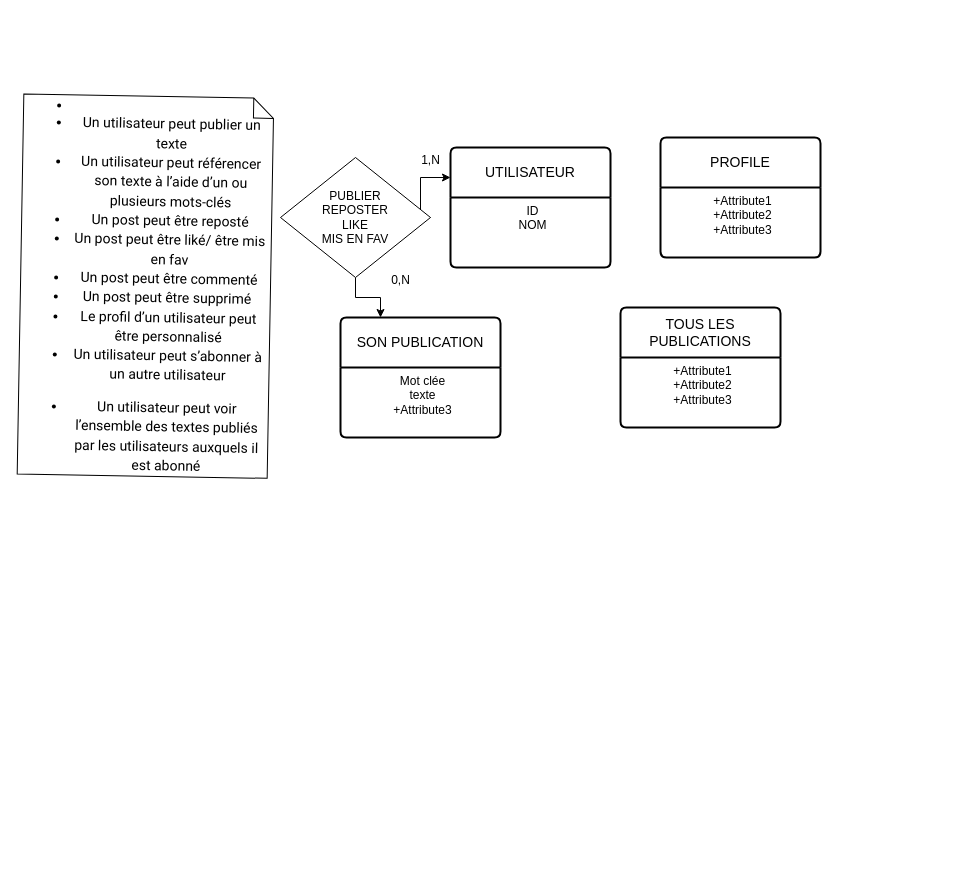
The draw.io diagram Diagramme sans nom4.drawio in vsilvanska/examen-info-2023, before the edit. Source tidied: cells renumbered, new cells numbered last; positions are measured from the earlier drawing's top-left corner, leaving out a move shared by most shapes. Both pictures are drawn from the tidied source at 100%, with x=0, y=0 at pixel (20, 96).
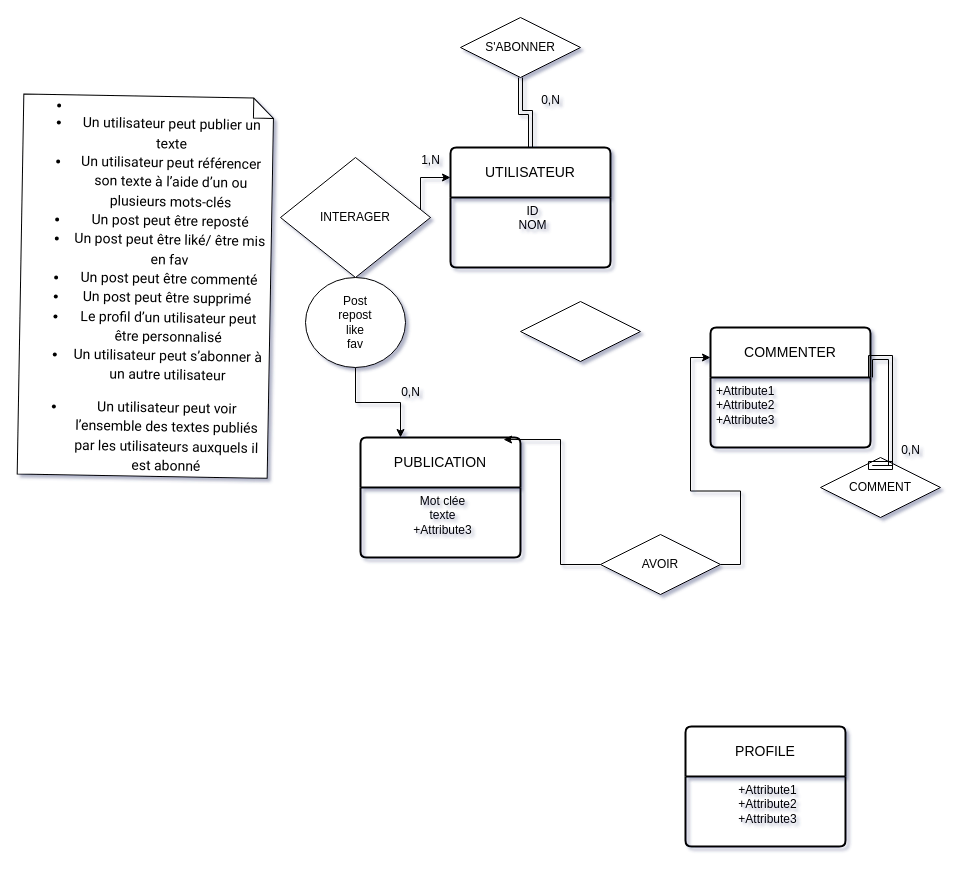
The same page after the edit.

Commit message:
Mettre à jour Diagramme sans nom4.drawio

The change refers to these unchanged cells:
```xml
<mxCell id="3" value="UTILISATEUR" style="swimlane;horizontal=1;startSize=50;rounded=1;fontSize=14;fontStyle=0;strokeWidth=2;shadow=0;dashed=0;align=center;arcSize=4;whiteSpace=wrap;html=1;" parent="1" vertex="1">
  <mxGeometry x="430" y="51" width="160" height="120" as="geometry" />
</mxCell>
```

What changed in the source:
```diff
@@
-<mxGraphModel>
+<mxGraphModel shadow="1">
@@
-    <mxCell id="5" value="SON PUBLICATION" style="swimlane;horizontal=1;startSize=50;rounded=1;fontSize=14;fontStyle=0;strokeWidth=2;shadow=0;dashed=0;align=center;arcSize=4;whiteSpace=wrap;html=1;" parent="1" vertex="1">
-      <mxGeometry x="320" y="221" width="160" height="120" as="geometry" />
+    <mxCell id="5" value="PUBLICATION" style="swimlane;horizontal=1;startSize=50;rounded=1;fontSize=14;fontStyle=0;strokeWidth=2;shadow=0;dashed=0;align=center;arcSize=4;whiteSpace=wrap;html=1;" parent="1" vertex="1">
+      <mxGeometry x="340" y="341" width="160" height="120" as="geometry" />
     </mxCell>
@@
-    <mxCell id="7" value="TOUS LES PUBLICATIONS" style="swimlane;horizontal=1;startSize=50;rounded=1;fontSize=14;fontStyle=0;strokeWidth=2;shadow=0;dashed=0;align=center;arcSize=4;whiteSpace=wrap;html=1;" parent="1" vertex="1">
-      <mxGeometry x="600" y="211" width="160" height="120" as="geometry" />
-    </mxCell>
-    <mxCell id="8" value="+Attribute1&#10;+Attribute2&#10;+Attribute3" style="align=center;strokeColor=none;fillColor=none;spacingLeft=4;fontSize=12;verticalAlign=top;html=1;" parent="7" vertex="1">
-      <mxGeometry y="50" width="160" height="70" as="geometry" />
-    </mxCell>
     <mxCell id="9" value="PROFILE" style="swimlane;horizontal=1;startSize=50;rounded=1;fontSize=14;fontStyle=0;strokeWidth=2;shadow=0;dashed=0;align=center;arcSize=4;whiteSpace=wrap;html=1;" parent="1" vertex="1">
-      <mxGeometry x="640" y="41" width="160" height="120" as="geometry" />
+      <mxGeometry x="665" y="630" width="160" height="120" as="geometry" />
     </mxCell>
@@
-    <mxCell id="12" style="edgeStyle=orthogonalEdgeStyle;rounded=0;jettySize=auto;html=1;exitX=0.5;exitY=1;exitDx=0;exitDy=0;entryX=0.25;entryY=0;entryDx=0;entryDy=0;" parent="1" edge="1" source="13" target="5">
+    <mxCell id="12" style="edgeStyle=orthogonalEdgeStyle;rounded=0;jettySize=auto;html=1;entryX=0.25;entryY=0;entryDx=0;entryDy=0;exitX=0.5;exitY=1;exitDx=0;exitDy=0;" parent="1" edge="1" source="16" target="5">
       <mxGeometry relative="1" as="geometry" />
     </mxCell>
-    <mxCell id="13" value="PUBLIER&lt;br&gt;REPOSTER&lt;br&gt;LIKE&lt;br&gt;MIS EN FAV" style="shape=rhombus;perimeter=rhombusPerimeter;whiteSpace=wrap;html=1;align=center;" parent="1" vertex="1">
+    <mxCell id="13" value="INTERAGER" style="shape=rhombus;perimeter=rhombusPerimeter;whiteSpace=wrap;html=1;align=center;" parent="1" vertex="1">
       <mxGeometry x="260" y="61" width="150" height="120" as="geometry" />
     </mxCell>
@@
     <mxCell id="15" value="0,N" style="text;html=1;align=center;verticalAlign=middle;strokeColor=none;fillColor=none;" parent="1" vertex="1">
-      <mxGeometry x="360" y="169" width="40" height="30" as="geometry" />
+      <mxGeometry x="370" y="281" width="40" height="30" as="geometry" />
     </mxCell>
+    <mxCell id="16" value="Post&lt;br&gt;repost&lt;br&gt;like&lt;br&gt;fav" style="ellipse;whiteSpace=wrap;html=1;align=center;" parent="1" vertex="1">
+      <mxGeometry x="285" y="181" width="100" height="90" as="geometry" />
+    </mxCell>
+    <mxCell id="17" value="COMMENTER" style="swimlane;horizontal=1;startSize=50;rounded=1;fontSize=14;fontStyle=0;strokeWidth=2;shadow=0;dashed=0;align=center;arcSize=4;whiteSpace=wrap;html=1;" parent="1" vertex="1">
+      <mxGeometry x="690" y="231" width="160" height="120" as="geometry" />
+    </mxCell>
+    <mxCell id="8" value="+Attribute1&#10;+Attribute2&#10;+Attribute3" style="align=left;strokeColor=none;fillColor=none;spacingLeft=4;fontSize=12;verticalAlign=top;html=1;" parent="17" vertex="1">
+      <mxGeometry y="50" width="160" height="70" as="geometry" />
+    </mxCell>
+    <mxCell id="18" style="edgeStyle=orthogonalEdgeStyle;rounded=0;jettySize=auto;html=1;exitX=1;exitY=0.5;exitDx=0;exitDy=0;entryX=0;entryY=0.25;entryDx=0;entryDy=0;" parent="1" edge="1" source="19" target="17">
+      <mxGeometry relative="1" as="geometry" />
+    </mxCell>
+    <mxCell id="19" value="AVOIR" style="shape=rhombus;perimeter=rhombusPerimeter;whiteSpace=wrap;html=1;align=center;" parent="1" vertex="1">
+      <mxGeometry x="580" y="438" width="120" height="60" as="geometry" />
+    </mxCell>
+    <mxCell id="20" style="edgeStyle=orthogonalEdgeStyle;rounded=0;jettySize=auto;html=1;entryX=0.894;entryY=0.017;entryDx=0;entryDy=0;entryPerimeter=0;" parent="1" edge="1" source="19" target="5">
+      <mxGeometry relative="1" as="geometry" />
+    </mxCell>
+    <mxCell id="21" value="COMMENT" style="shape=rhombus;perimeter=rhombusPerimeter;whiteSpace=wrap;html=1;align=center;" parent="1" vertex="1">
+      <mxGeometry x="800" y="361" width="120" height="60" as="geometry" />
+    </mxCell>
+    <mxCell id="22" value="0,N" style="text;html=1;align=center;verticalAlign=middle;points=[];strokeColor=none;fillColor=none;" parent="1" vertex="1">
+      <mxGeometry x="870" y="339" width="40" height="30" as="geometry" />
+    </mxCell>
+    <mxCell id="23" style="edgeStyle=orthogonalEdgeStyle;rounded=0;jettySize=auto;html=1;shape=link;exitX=1;exitY=0;exitDx=0;exitDy=0;entryX=0.05;entryY=0.933;entryDx=0;entryDy=0;entryPerimeter=0;" parent="1" edge="1" source="8" target="22">
+      <mxGeometry relative="1" as="geometry" />
+    </mxCell>
+    <mxCell id="24" style="edgeStyle=orthogonalEdgeStyle;rounded=0;jettySize=auto;html=1;exitX=0.5;exitY=1;exitDx=0;exitDy=0;entryX=0.5;entryY=0;entryDx=0;entryDy=0;shape=link;" parent="1" edge="1" source="25" target="3">
+      <mxGeometry relative="1" as="geometry" />
+    </mxCell>
+    <mxCell id="25" value="S'ABONNER" style="shape=rhombus;perimeter=rhombusPerimeter;whiteSpace=wrap;html=1;align=center;" parent="1" vertex="1">
+      <mxGeometry x="440" y="-79" width="120" height="60" as="geometry" />
+    </mxCell>
+    <mxCell id="26" value="0,N" style="text;html=1;align=center;verticalAlign=middle;strokeColor=none;fillColor=none;" parent="1" vertex="1">
+      <mxGeometry x="510" y="-11" width="40" height="30" as="geometry" />
+    </mxCell>
+    <mxCell id="27" style="shape=rhombus;perimeter=rhombusPerimeter;whiteSpace=wrap;html=1;align=center;" parent="1" vertex="1">
+      <mxGeometry x="500" y="205" width="120" height="60" as="geometry" />
+    </mxCell>
```
